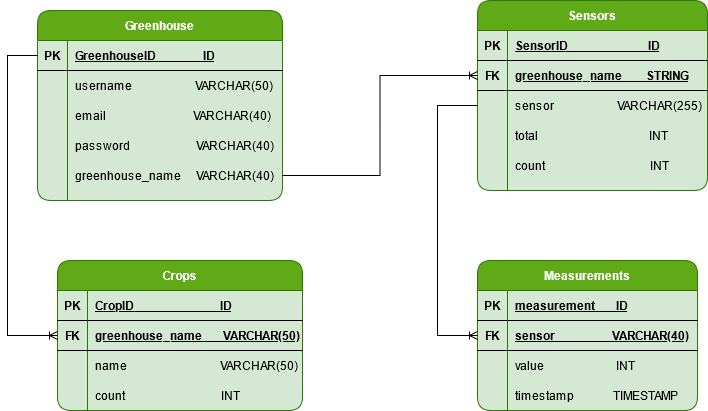
The draw.io diagram ER Diagram(IoT).png in Cybernadero/ER, before a commit. Source tidied: cells renumbered, new cells last; positions are measured from the earlier drawing's top-left corner, leaving out a move shared by most shapes.
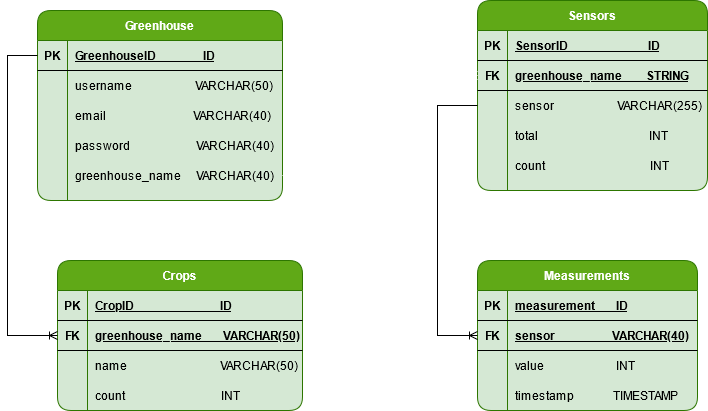
The same diagram one commit later.

Diff of the diagram source:
```diff
@@ -184,7 +184,7 @@
     <mxCell id="60" value="timestamp             TIMESTAMP" style="shape=partialRectangle;fillColor=none;top=0;left=0;bottom=0;right=0;align=left;spacingLeft=6;overflow=hidden;" parent="58" vertex="1">
       <mxGeometry x="30" width="190" height="30" as="geometry" />
     </mxCell>
-    <mxCell id="61" style="edgeStyle=orthogonalEdgeStyle;rounded=0;jettySize=auto;html=1;entryX=0;entryY=0.5;entryDx=0;entryDy=0;endArrow=ERoneToMany;endFill=0;" parent="1" edge="1" source="15" target="36">
+    <mxCell id="61" style="edgeStyle=orthogonalEdgeStyle;rounded=0;jettySize=auto;html=1;entryX=0;entryY=0.5;entryDx=0;entryDy=0;endArrow=ERoneToMany;endFill=0;strokeColor=#FFFFFF;" parent="1" edge="1" source="15" target="36">
       <mxGeometry relative="1" as="geometry" />
     </mxCell>
     <mxCell id="62" style="edgeStyle=orthogonalEdgeStyle;rounded=0;jettySize=auto;html=1;entryX=0;entryY=0.5;entryDx=0;entryDy=0;endArrow=ERoneToMany;endFill=0;" parent="1" edge="1" source="39" target="52">
```
